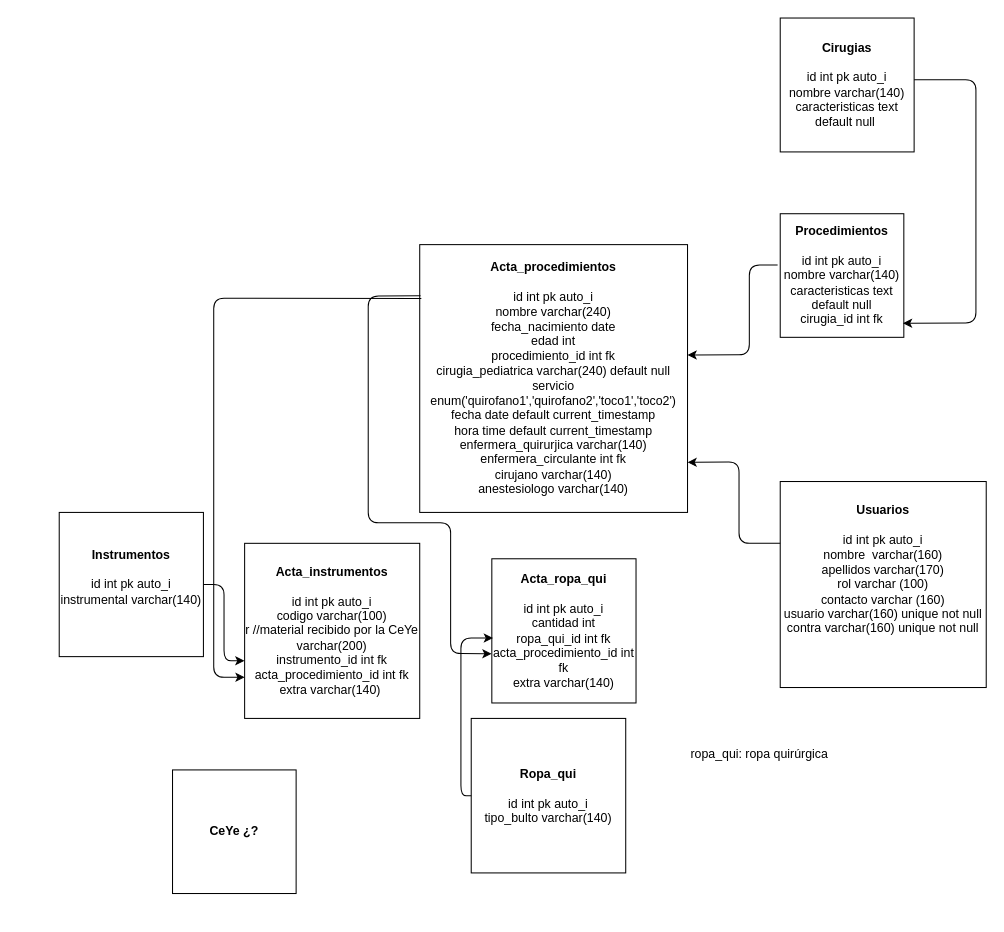
Above: zDataBase/diagrama.drawio in jorgerod1/control_hospital (draw.io), before the change. Source tidied: cells renumbered, new cells numbered last; positions are measured from the earlier drawing's top-left corner, leaving out a move shared by most shapes. Both pictures are drawn from the tidied source at 103%, with x=0, y=0 at pixel (59, 18).
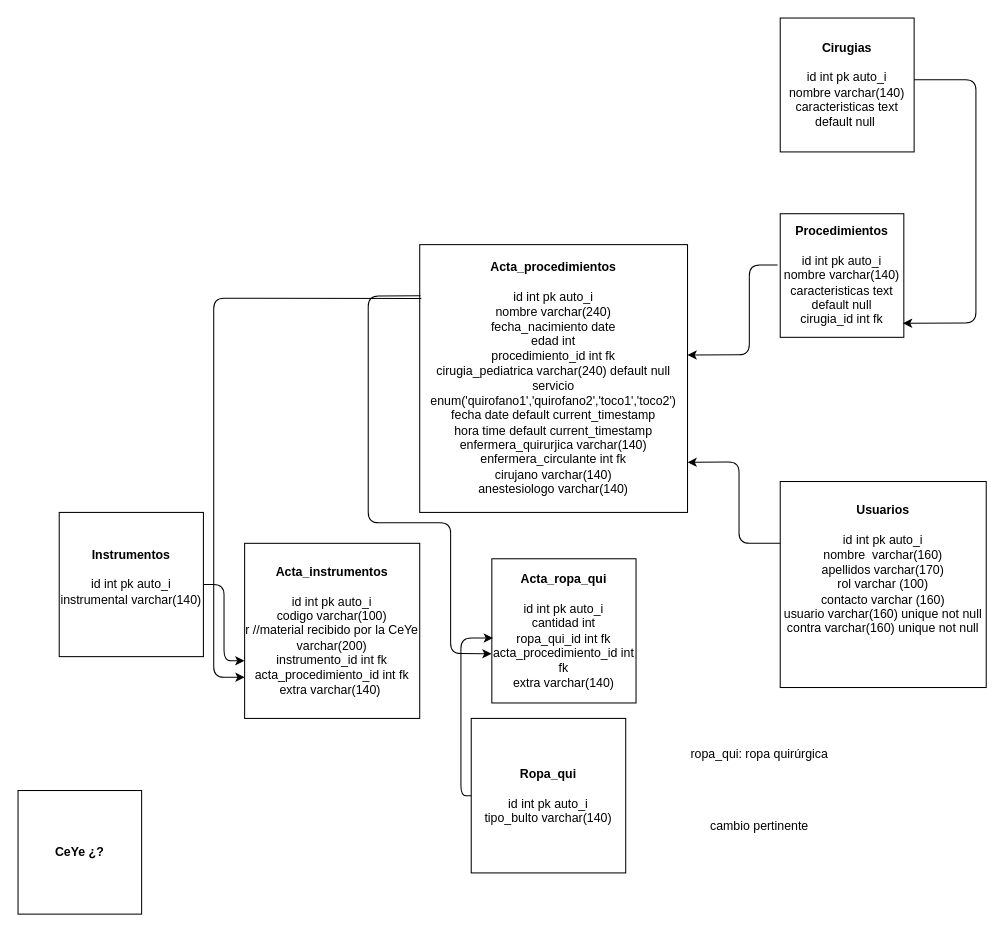
The same page after the edit.

What changed in the source:
```diff
@@
     <mxCell id="8" value="&lt;b&gt;CeYe ¿?&lt;/b&gt;" style="whiteSpace=wrap;html=1;" parent="1" vertex="1">
-      <mxGeometry x="110" y="730" width="120" height="120" as="geometry" />
+      <mxGeometry x="-40" y="750" width="120" height="120" as="geometry" />
     </mxCell>
@@
+    <mxCell id="19" value="cambio pertinente" style="text;html=1;strokeColor=none;fillColor=none;align=center;verticalAlign=middle;whiteSpace=wrap;rounded=0;" parent="1" vertex="1">
+      <mxGeometry x="600" y="770" width="160" height="30" as="geometry" />
+    </mxCell>
```
